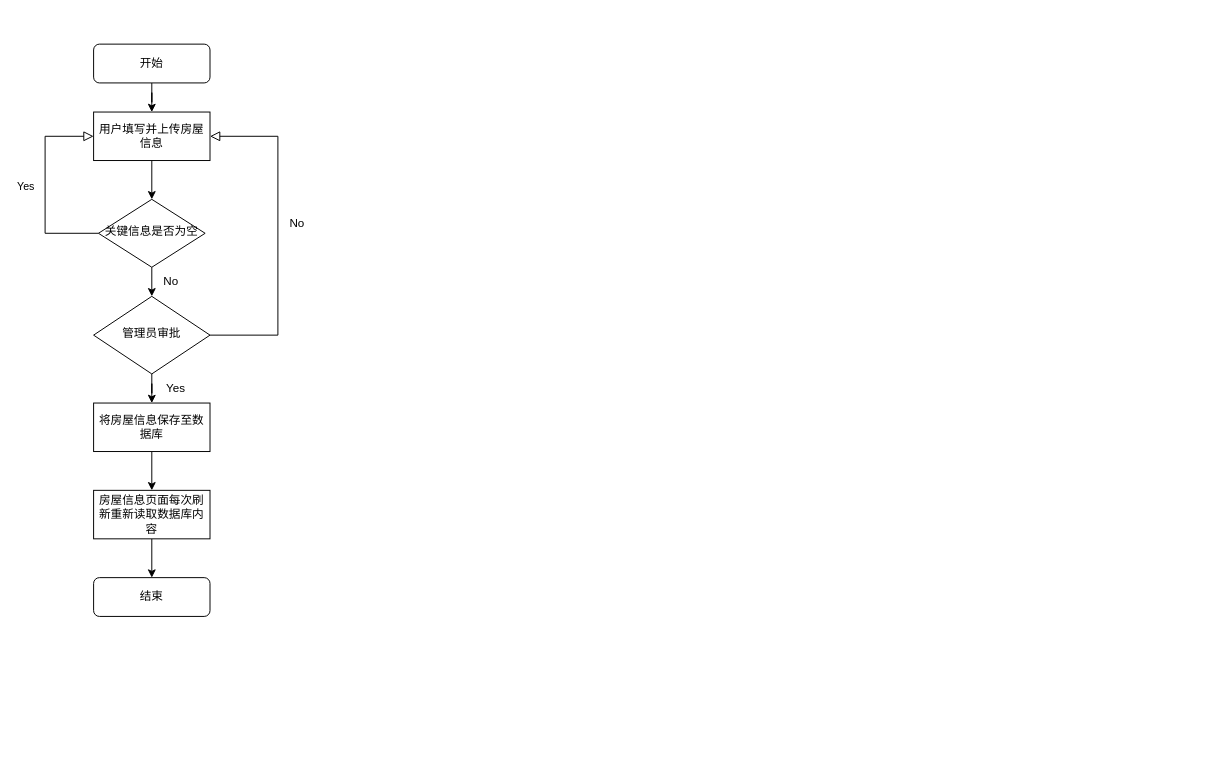
Before: views/未命名绘图.drawio in waittinging/ceshi, a draw.io diagram. Source tidied: cells renumbered, new cells numbered last; positions are measured from the earlier drawing's top-left corner, leaving out a move shared by most shapes. Both pictures are drawn from the tidied source at 97%, with x=0, y=0 at pixel (45, 44).
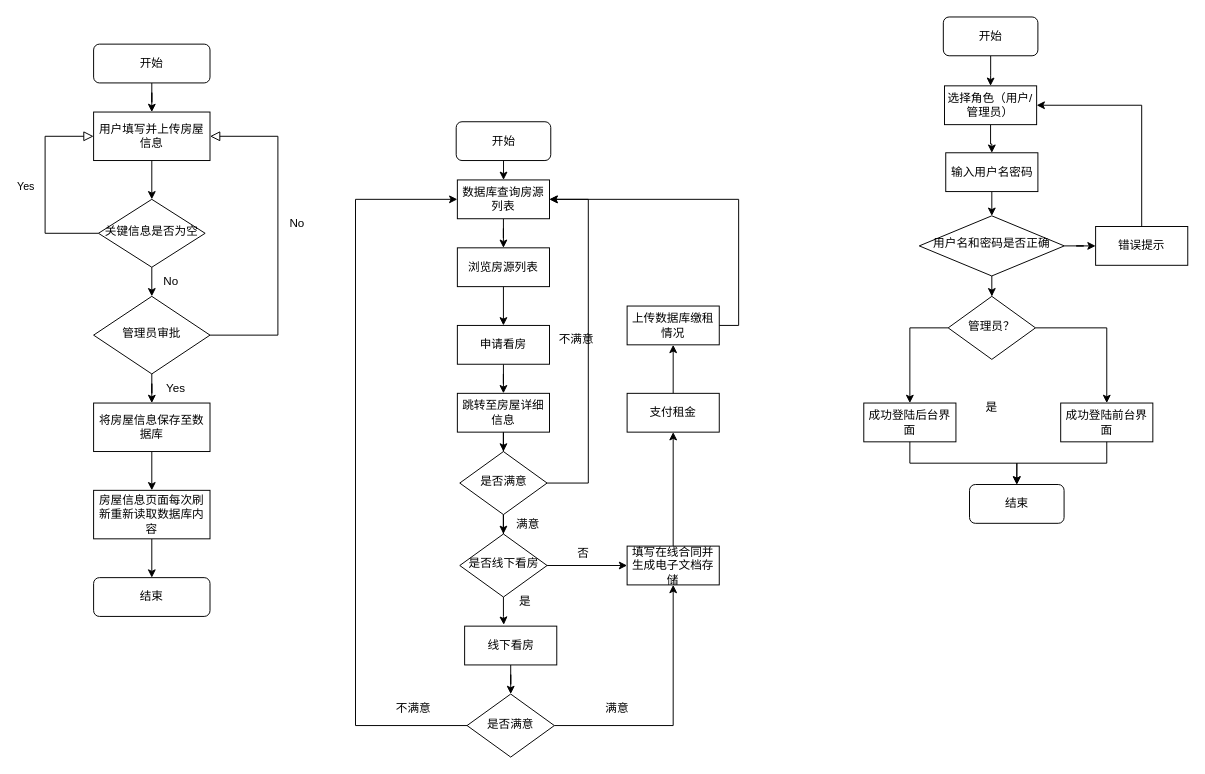
After the change.

Commit message (it also covers changes not shown here):
更新未命名绘图.drawio

Diff of the diagram source:
```diff
@@
+    <mxCell id="20" style="edgeStyle=orthogonalEdgeStyle;rounded=0;jettySize=auto;html=1;entryX=0.5;entryY=0;entryDx=0;entryDy=0;" parent="1" edge="1" source="21" target="23">
+      <mxGeometry relative="1" as="geometry" />
+    </mxCell>
+    <mxCell id="21" value="开始" style="rounded=1;whiteSpace=wrap;html=1;fontSize=12;glass=0;strokeWidth=1;shadow=0;" parent="1" vertex="1">
+      <mxGeometry x="423.8" y="80" width="97.5" height="40" as="geometry" />
+    </mxCell>
+    <mxCell id="22" style="edgeStyle=orthogonalEdgeStyle;rounded=0;jettySize=auto;html=1;entryX=0.5;entryY=0;entryDx=0;entryDy=0;" parent="1" edge="1" source="23" target="25">
+      <mxGeometry relative="1" as="geometry" />
+    </mxCell>
+    <mxCell id="23" value="数据库查询房源列表" style="rounded=0;whiteSpace=wrap;html=1;" parent="1" vertex="1">
+      <mxGeometry x="425" y="140" width="95" height="40" as="geometry" />
+    </mxCell>
+    <mxCell id="24" style="edgeStyle=orthogonalEdgeStyle;rounded=0;jettySize=auto;html=1;entryX=0.5;entryY=0;entryDx=0;entryDy=0;" parent="1" edge="1" source="25" target="27">
+      <mxGeometry relative="1" as="geometry" />
+    </mxCell>
+    <mxCell id="25" value="浏览房源列表" style="rounded=0;whiteSpace=wrap;html=1;" parent="1" vertex="1">
+      <mxGeometry x="425" y="210" width="95" height="40" as="geometry" />
+    </mxCell>
+    <mxCell id="26" style="edgeStyle=orthogonalEdgeStyle;rounded=0;jettySize=auto;html=1;entryX=0.5;entryY=0;entryDx=0;entryDy=0;" parent="1" edge="1" source="27" target="29">
+      <mxGeometry relative="1" as="geometry" />
+    </mxCell>
+    <mxCell id="27" value="申请看房" style="rounded=0;whiteSpace=wrap;html=1;" parent="1" vertex="1">
+      <mxGeometry x="425" y="290" width="95" height="40" as="geometry" />
+    </mxCell>
+    <mxCell id="28" style="edgeStyle=orthogonalEdgeStyle;rounded=0;jettySize=auto;html=1;entryX=0.5;entryY=0;entryDx=0;entryDy=0;" parent="1" edge="1" source="29" target="31">
+      <mxGeometry relative="1" as="geometry" />
+    </mxCell>
+    <mxCell id="29" value="跳转至房屋详细信息" style="rounded=0;whiteSpace=wrap;html=1;" parent="1" vertex="1">
+      <mxGeometry x="425" y="360" width="95" height="40" as="geometry" />
+    </mxCell>
+    <mxCell id="30" style="edgeStyle=orthogonalEdgeStyle;rounded=0;jettySize=auto;html=1;entryX=0.5;entryY=0;entryDx=0;entryDy=0;" parent="1" edge="1" source="31" target="34">
+      <mxGeometry relative="1" as="geometry" />
+    </mxCell>
+    <mxCell id="31" value="是否满意" style="rhombus;whiteSpace=wrap;html=1;shadow=0;fontFamily=Helvetica;fontSize=12;align=center;strokeWidth=1;spacing=6;spacingTop=-4;" parent="1" vertex="1">
+      <mxGeometry x="427.5" y="420" width="90" height="65" as="geometry" />
+    </mxCell>
+    <mxCell id="32" style="edgeStyle=orthogonalEdgeStyle;rounded=0;jettySize=auto;html=1;entryX=0.425;entryY=-0.036;entryDx=0;entryDy=0;entryPerimeter=0;" parent="1" edge="1" source="34" target="36">
+      <mxGeometry relative="1" as="geometry" />
+    </mxCell>
+    <mxCell id="33" style="edgeStyle=orthogonalEdgeStyle;rounded=0;jettySize=auto;html=1;" parent="1" edge="1" source="34" target="39">
+      <mxGeometry relative="1" as="geometry" />
+    </mxCell>
+    <mxCell id="34" value="是否线下看房" style="rhombus;whiteSpace=wrap;html=1;shadow=0;fontFamily=Helvetica;fontSize=12;align=center;strokeWidth=1;spacing=6;spacingTop=-4;" parent="1" vertex="1">
+      <mxGeometry x="427.5" y="505" width="90" height="65" as="geometry" />
+    </mxCell>
+    <mxCell id="35" style="edgeStyle=orthogonalEdgeStyle;rounded=0;jettySize=auto;html=1;" parent="1" edge="1" source="36" target="37">
+      <mxGeometry relative="1" as="geometry" />
+    </mxCell>
+    <mxCell id="36" value="线下看房" style="rounded=0;whiteSpace=wrap;html=1;" parent="1" vertex="1">
+      <mxGeometry x="432.5" y="600" width="95" height="40" as="geometry" />
+    </mxCell>
+    <mxCell id="37" value="是否满意" style="rhombus;whiteSpace=wrap;html=1;shadow=0;fontFamily=Helvetica;fontSize=12;align=center;strokeWidth=1;spacing=6;spacingTop=-4;" parent="1" vertex="1">
+      <mxGeometry x="435" y="670" width="90" height="65" as="geometry" />
+    </mxCell>
+    <mxCell id="38" style="edgeStyle=orthogonalEdgeStyle;rounded=0;jettySize=auto;html=1;entryX=0.5;entryY=1;entryDx=0;entryDy=0;" parent="1" edge="1" source="39" target="45">
+      <mxGeometry relative="1" as="geometry" />
+    </mxCell>
+    <mxCell id="39" value="填写在线合同并生成电子文档存储" style="rounded=0;whiteSpace=wrap;html=1;" parent="1" vertex="1">
+      <mxGeometry x="600" y="517.5" width="95" height="40" as="geometry" />
+    </mxCell>
+    <mxCell id="40" style="edgeStyle=orthogonalEdgeStyle;rounded=0;jettySize=auto;html=1;exitX=0.5;exitY=0;exitDx=0;exitDy=0;" parent="1" edge="1" source="45" target="41">
+      <mxGeometry relative="1" as="geometry" />
+    </mxCell>
+    <mxCell id="41" value="上传数据库缴租情况" style="rounded=0;whiteSpace=wrap;html=1;" parent="1" vertex="1">
+      <mxGeometry x="600" y="270" width="95" height="40" as="geometry" />
+    </mxCell>
+    <mxCell id="42" style="edgeStyle=orthogonalEdgeStyle;rounded=0;jettySize=auto;html=1;exitX=1;exitY=0.5;exitDx=0;exitDy=0;entryX=0.5;entryY=1;entryDx=0;entryDy=0;" parent="1" edge="1" source="37" target="39">
+      <mxGeometry relative="1" as="geometry" />
+    </mxCell>
+    <mxCell id="43" style="edgeStyle=orthogonalEdgeStyle;rounded=0;jettySize=auto;html=1;exitX=1;exitY=0.5;exitDx=0;exitDy=0;entryX=1;entryY=0.5;entryDx=0;entryDy=0;" parent="1" edge="1" source="31" target="23">
+      <mxGeometry relative="1" as="geometry">
+        <Array as="points">
+          <mxPoint x="560" y="452" />
+          <mxPoint x="560" y="160" />
+        </Array>
+      </mxGeometry>
+    </mxCell>
+    <mxCell id="44" style="edgeStyle=orthogonalEdgeStyle;rounded=0;jettySize=auto;html=1;exitX=0;exitY=0.5;exitDx=0;exitDy=0;entryX=0;entryY=0.5;entryDx=0;entryDy=0;" parent="1" edge="1" source="37" target="23">
+      <mxGeometry relative="1" as="geometry">
+        <Array as="points">
+          <mxPoint x="320" y="702" />
+          <mxPoint x="320" y="160" />
+        </Array>
+      </mxGeometry>
+    </mxCell>
+    <mxCell id="45" value="支付租金" style="rounded=0;whiteSpace=wrap;html=1;" parent="1" vertex="1">
+      <mxGeometry x="600" y="360" width="95" height="40" as="geometry" />
+    </mxCell>
+    <mxCell id="46" value="满意" style="text;strokeColor=none;align=center;fillColor=none;html=1;verticalAlign=middle;whiteSpace=wrap;rounded=0;" parent="1" vertex="1">
+      <mxGeometry x="560" y="670" width="60" height="30" as="geometry" />
+    </mxCell>
+    <mxCell id="47" value="满意" style="text;strokeColor=none;align=center;fillColor=none;html=1;verticalAlign=middle;whiteSpace=wrap;rounded=0;" parent="1" vertex="1">
+      <mxGeometry x="467.5" y="480" width="60" height="30" as="geometry" />
+    </mxCell>
+    <mxCell id="48" value="不满意" style="text;strokeColor=none;align=center;fillColor=none;html=1;verticalAlign=middle;whiteSpace=wrap;rounded=0;" parent="1" vertex="1">
+      <mxGeometry x="350" y="670" width="60" height="30" as="geometry" />
+    </mxCell>
+    <mxCell id="49" value="不满意" style="text;strokeColor=none;align=center;fillColor=none;html=1;verticalAlign=middle;whiteSpace=wrap;rounded=0;" parent="1" vertex="1">
+      <mxGeometry x="517.5" y="290" width="60" height="30" as="geometry" />
+    </mxCell>
+    <mxCell id="50" value="否" style="text;strokeColor=none;align=center;fillColor=none;html=1;verticalAlign=middle;whiteSpace=wrap;rounded=0;" parent="1" vertex="1">
+      <mxGeometry x="525" y="510" width="60" height="30" as="geometry" />
+    </mxCell>
+    <mxCell id="51" value="是" style="text;strokeColor=none;align=center;fillColor=none;html=1;verticalAlign=middle;whiteSpace=wrap;rounded=0;" parent="1" vertex="1">
+      <mxGeometry x="465" y="560" width="60" height="30" as="geometry" />
+    </mxCell>
+    <mxCell id="52" style="edgeStyle=orthogonalEdgeStyle;rounded=0;jettySize=auto;html=1;exitX=1;exitY=0.5;exitDx=0;exitDy=0;entryX=1;entryY=0.5;entryDx=0;entryDy=0;" parent="1" edge="1" source="41" target="23">
+      <mxGeometry relative="1" as="geometry" />
+    </mxCell>
+    <mxCell id="53" style="edgeStyle=orthogonalEdgeStyle;rounded=0;jettySize=auto;html=1;" parent="1" edge="1" source="54" target="56">
+      <mxGeometry relative="1" as="geometry" />
+    </mxCell>
+    <mxCell id="54" value="开始" style="rounded=1;whiteSpace=wrap;html=1;fontSize=12;glass=0;strokeWidth=1;shadow=0;" parent="1" vertex="1">
+      <mxGeometry x="926" y="-28" width="97.5" height="40" as="geometry" />
+    </mxCell>
+    <mxCell id="55" style="edgeStyle=orthogonalEdgeStyle;rounded=0;jettySize=auto;html=1;" parent="1" edge="1" source="56" target="58">
+      <mxGeometry relative="1" as="geometry" />
+    </mxCell>
+    <mxCell id="56" value="选择角色（用户/管理员）" style="rounded=0;whiteSpace=wrap;html=1;" parent="1" vertex="1">
+      <mxGeometry x="927.2" y="43" width="95" height="40" as="geometry" />
+    </mxCell>
+    <mxCell id="57" style="edgeStyle=orthogonalEdgeStyle;rounded=0;jettySize=auto;html=1;" parent="1" edge="1" source="58" target="65">
+      <mxGeometry relative="1" as="geometry" />
+    </mxCell>
+    <mxCell id="58" value="输入用户名密码" style="rounded=0;whiteSpace=wrap;html=1;" parent="1" vertex="1">
+      <mxGeometry x="928.5" y="112" width="95" height="40" as="geometry" />
+    </mxCell>
+    <mxCell id="59" value="成功登陆后台界面" style="rounded=0;whiteSpace=wrap;html=1;" parent="1" vertex="1">
+      <mxGeometry x="844" y="370" width="95" height="40" as="geometry" />
+    </mxCell>
+    <mxCell id="60" value="成功登陆前台界面" style="rounded=0;whiteSpace=wrap;html=1;" parent="1" vertex="1">
+      <mxGeometry x="1047" y="370" width="95" height="40" as="geometry" />
+    </mxCell>
+    <mxCell id="61" value="结束" style="rounded=1;whiteSpace=wrap;html=1;fontSize=12;glass=0;strokeWidth=1;shadow=0;" parent="1" vertex="1">
+      <mxGeometry x="953" y="454" width="97.5" height="40" as="geometry" />
+    </mxCell>
+    <mxCell id="62" value="错误提示" style="rounded=0;whiteSpace=wrap;html=1;" parent="1" vertex="1">
+      <mxGeometry x="1083" y="188" width="95" height="40" as="geometry" />
+    </mxCell>
+    <mxCell id="63" style="edgeStyle=orthogonalEdgeStyle;rounded=0;jettySize=auto;html=1;" parent="1" edge="1" source="65" target="62">
+      <mxGeometry relative="1" as="geometry" />
+    </mxCell>
+    <mxCell id="64" style="edgeStyle=orthogonalEdgeStyle;rounded=0;jettySize=auto;html=1;" parent="1" edge="1" source="65" target="66">
+      <mxGeometry relative="1" as="geometry" />
+    </mxCell>
+    <mxCell id="65" value="用户名和密码是否正确" style="rhombus;whiteSpace=wrap;html=1;shadow=0;fontFamily=Helvetica;fontSize=12;align=center;strokeWidth=1;spacing=6;spacingTop=-4;" parent="1" vertex="1">
+      <mxGeometry x="901.2" y="177" width="149.5" height="62" as="geometry" />
+    </mxCell>
+    <mxCell id="66" value="管理员？" style="rhombus;whiteSpace=wrap;html=1;shadow=0;fontFamily=Helvetica;fontSize=12;align=center;strokeWidth=1;spacing=6;spacingTop=-4;" parent="1" vertex="1">
+      <mxGeometry x="931" y="260" width="90" height="65" as="geometry" />
+    </mxCell>
+    <mxCell id="67" style="edgeStyle=orthogonalEdgeStyle;rounded=0;jettySize=auto;html=1;exitX=0.5;exitY=0;exitDx=0;exitDy=0;entryX=1;entryY=0.5;entryDx=0;entryDy=0;" parent="1" edge="1" source="62" target="56">
+      <mxGeometry relative="1" as="geometry" />
+    </mxCell>
+    <mxCell id="68" style="edgeStyle=orthogonalEdgeStyle;rounded=0;jettySize=auto;html=1;exitX=0;exitY=0.5;exitDx=0;exitDy=0;entryX=0.5;entryY=0;entryDx=0;entryDy=0;" parent="1" edge="1" source="66" target="59">
+      <mxGeometry relative="1" as="geometry" />
+    </mxCell>
+    <mxCell id="69" style="edgeStyle=orthogonalEdgeStyle;rounded=0;jettySize=auto;html=1;exitX=1;exitY=0.5;exitDx=0;exitDy=0;entryX=0.5;entryY=0;entryDx=0;entryDy=0;" parent="1" edge="1" source="66" target="60">
+      <mxGeometry relative="1" as="geometry" />
+    </mxCell>
+    <mxCell id="70" style="edgeStyle=orthogonalEdgeStyle;rounded=0;jettySize=auto;html=1;entryX=0.5;entryY=0;entryDx=0;entryDy=0;exitX=0.5;exitY=1;exitDx=0;exitDy=0;" parent="1" edge="1" source="59" target="61">
+      <mxGeometry relative="1" as="geometry" />
+    </mxCell>
+    <mxCell id="71" style="edgeStyle=orthogonalEdgeStyle;rounded=0;jettySize=auto;html=1;entryX=0.5;entryY=0;entryDx=0;entryDy=0;exitX=0.5;exitY=1;exitDx=0;exitDy=0;" parent="1" edge="1" source="60" target="61">
+      <mxGeometry relative="1" as="geometry" />
+    </mxCell>
+    <mxCell id="72" value="是" style="text;strokeColor=none;align=center;fillColor=none;html=1;verticalAlign=middle;whiteSpace=wrap;rounded=0;" parent="1" vertex="1">
+      <mxGeometry x="946" y="360" width="60" height="30" as="geometry" />
+    </mxCell>
```
